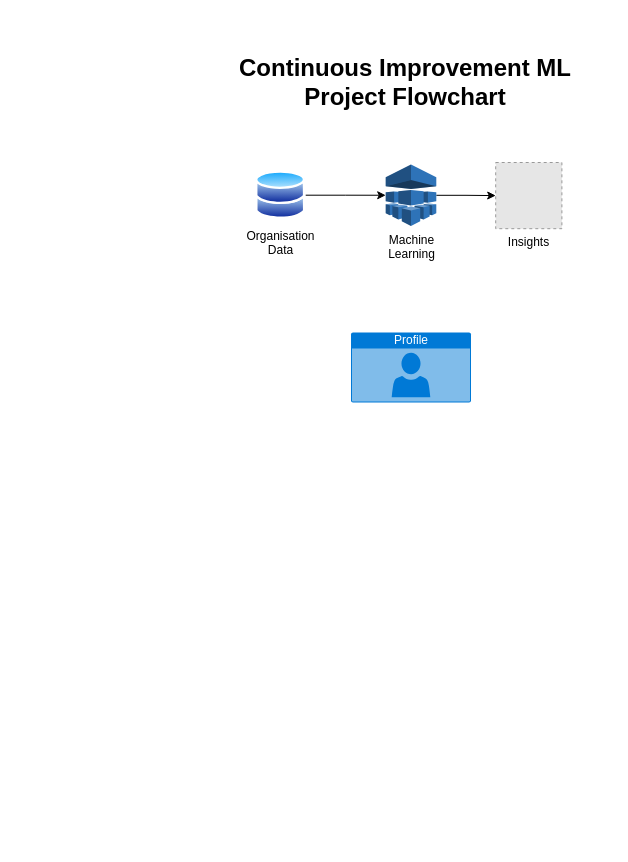
Above: attachments/draw.io/continuous-improvement-ml-project.drawio in kwame-mintah/notes-md (draw.io), before the change. Source tidied: cells renumbered, new cells numbered last; positions are measured from the earlier drawing's top-left corner, leaving out a move shared by most shapes. Both pictures are drawn from the tidied source at 100%, with x=0, y=0 at pixel (200, 52). Pictures stored in the file or linked from it are replaced by grey dashed boxes.
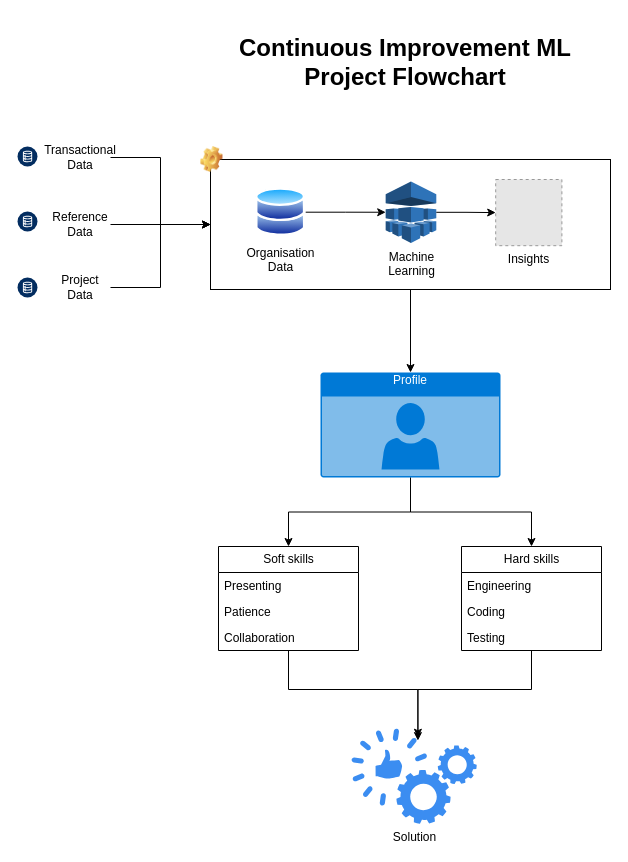
The same page after the edit.

Commit message:
docs(draw.io): initial process flow for continuous improvement project

What changed in the source:
```diff
@@
+    <mxCell id="7" value="&lt;h1&gt;Continuous Improvement ML Project Flowchart&lt;/h1&gt;" style="text;html=1;strokeColor=none;fillColor=none;align=center;verticalAlign=middle;whiteSpace=wrap;rounded=0;" parent="1" vertex="1">
+      <mxGeometry x="0.3" y="-20" width="410" height="60" as="geometry" />
+    </mxCell>
+    <mxCell id="9" style="edgeStyle=orthogonalEdgeStyle;rounded=0;jettySize=auto;html=1;" parent="1" edge="1" source="8" target="24">
+      <mxGeometry relative="1" as="geometry" />
+    </mxCell>
+    <mxCell id="10" style="edgeStyle=orthogonalEdgeStyle;rounded=0;jettySize=auto;html=1;exitX=0.5;exitY=1;exitDx=0;exitDy=0;exitPerimeter=0;" parent="1" edge="1" source="8" target="28">
+      <mxGeometry relative="1" as="geometry" />
+    </mxCell>
+    <mxCell id="8" value="Profile" style="html=1;whiteSpace=wrap;strokeColor=none;fillColor=#0079D6;labelPosition=center;verticalLabelPosition=middle;verticalAlign=top;align=center;fontSize=12;outlineConnect=0;spacingTop=-6;fontColor=#FFFFFF;sketch=0;shape=mxgraph.sitemap.profile;" parent="1" vertex="1">
+      <mxGeometry x="120" y="320" width="180" height="105" as="geometry" />
+    </mxCell>
+    <mxCell id="11" style="edgeStyle=orthogonalEdgeStyle;rounded=0;jettySize=auto;html=1;entryX=0.5;entryY=0;entryDx=0;entryDy=0;entryPerimeter=0;" parent="1" edge="1" source="13" target="8">
+      <mxGeometry relative="1" as="geometry" />
+    </mxCell>
+    <mxCell id="12" style="group;" parent="1" vertex="1">
+      <mxGeometry x="10" y="107" width="400" height="130" as="geometry" />
+    </mxCell>
+    <mxCell id="3" value="Organisation&lt;br&gt;Data" style="image;perimeter=ellipsePerimeter;html=1;align=center;shadow=0;dashed=0;spacingTop=3;image=img/lib/active_directory/databases.svg;" parent="12" vertex="1">
+      <mxGeometry x="45.2" y="28.2" width="50" height="49" as="geometry" />
+    </mxCell>
+    <mxCell id="5" value="Machine&lt;br&gt;Learning" style="outlineConnect=0;dashed=0;verticalLabelPosition=bottom;verticalAlign=top;align=center;html=1;shape=mxgraph.aws3.machine_learning;fillColor=#2E73B8;gradientColor=none;" parent="12" vertex="1">
+      <mxGeometry x="175.2" y="22" width="50.6" height="61.5" as="geometry" />
+    </mxCell>
-    <mxCell id="2" style="edgeStyle=orthogonalEdgeStyle;rounded=0;jettySize=auto;html=1;entryX=0;entryY=0.5;entryDx=0;entryDy=0;entryPerimeter=0;" parent="1" edge="1" source="3" target="5">
+    <mxCell id="2" style="edgeStyle=orthogonalEdgeStyle;rounded=0;jettySize=auto;html=1;entryX=0;entryY=0.5;entryDx=0;entryDy=0;entryPerimeter=0;" parent="12" edge="1" source="3" target="5">
       <mxGeometry relative="1" as="geometry" />
     </mxCell>
-    <mxCell id="3" value="Organisation&lt;br&gt;Data" style="image;perimeter=ellipsePerimeter;html=1;align=center;shadow=0;dashed=0;spacingTop=3;image=img/lib/active_directory/databases.svg;" parent="1" vertex="1">
-      <mxGeometry x="55.2" y="118.2" width="50" height="49" as="geometry" />
-    </mxCell>
+    <mxCell id="6" value="Insights" style="fillColor=#E6E6E6;strokeColor=#999999;dashed=1;html=1;verticalAlign=top;verticalLabelPosition=bottom;labelBackgroundColor=#ffffff;" parent="12" vertex="1">
+      <mxGeometry x="285.2" y="20" width="66.2" height="66.2" as="geometry" />
+    </mxCell>
-    <mxCell id="4" style="edgeStyle=orthogonalEdgeStyle;rounded=0;jettySize=auto;html=1;entryX=0;entryY=0.5;entryDx=0;entryDy=0;" parent="1" edge="1" source="5" target="6">
+    <mxCell id="4" style="edgeStyle=orthogonalEdgeStyle;rounded=0;jettySize=auto;html=1;entryX=0;entryY=0.5;entryDx=0;entryDy=0;" parent="12" edge="1" source="5" target="6">
       <mxGeometry relative="1" as="geometry" />
     </mxCell>
-    <mxCell id="5" value="Machine&lt;br&gt;Learning" style="outlineConnect=0;dashed=0;verticalLabelPosition=bottom;verticalAlign=top;align=center;html=1;shape=mxgraph.aws3.machine_learning;fillColor=#2E73B8;gradientColor=none;" parent="1" vertex="1">
-      <mxGeometry x="185.2" y="112" width="50.6" height="61.5" as="geometry" />
-    </mxCell>
-    <mxCell id="6" value="Insights" style="fillColor=#E6E6E6;strokeColor=#999999;dashed=1;html=1;verticalAlign=top;verticalLabelPosition=bottom;labelBackgroundColor=#ffffff;" parent="1" vertex="1">
-      <mxGeometry x="295.2" y="110" width="66.2" height="66.2" as="geometry" />
-    </mxCell>
-    <mxCell id="7" value="&lt;h1&gt;Continuous Improvement ML Project Flowchart&lt;/h1&gt;" style="text;html=1;strokeColor=none;fillColor=none;align=center;verticalAlign=middle;whiteSpace=wrap;rounded=0;" parent="1" vertex="1">
-      <mxGeometry x="0.3" width="410" height="60" as="geometry" />
-    </mxCell>
-    <mxCell id="8" value="Profile" style="html=1;whiteSpace=wrap;strokeColor=none;fillColor=#0079D6;labelPosition=center;verticalLabelPosition=middle;verticalAlign=top;align=center;fontSize=12;outlineConnect=0;spacingTop=-6;fontColor=#FFFFFF;sketch=0;shape=mxgraph.sitemap.profile;" parent="1" vertex="1">
-      <mxGeometry x="150.5" y="280" width="120" height="70" as="geometry" />
-    </mxCell>
+    <mxCell id="13" style="rounded=0;whiteSpace=wrap;html=1;fillColor=none;" parent="12" vertex="1">
+      <mxGeometry width="400" height="130" as="geometry" />
+    </mxCell>
+    <mxCell id="14" style="edgeStyle=orthogonalEdgeStyle;rounded=0;jettySize=auto;html=1;entryX=0;entryY=0.5;entryDx=0;entryDy=0;" parent="1" edge="1" source="15" target="13">
+      <mxGeometry relative="1" as="geometry" />
+    </mxCell>
+    <mxCell id="15" value="Transactional Data" style="text;html=1;strokeColor=none;fillColor=none;align=center;verticalAlign=middle;whiteSpace=wrap;rounded=0;" parent="1" vertex="1">
+      <mxGeometry x="-150" y="90" width="60" height="30" as="geometry" />
+    </mxCell>
+    <mxCell id="16" style="edgeStyle=orthogonalEdgeStyle;rounded=0;jettySize=auto;html=1;entryX=0;entryY=0.5;entryDx=0;entryDy=0;" parent="1" edge="1" source="17" target="13">
+      <mxGeometry relative="1" as="geometry" />
+    </mxCell>
+    <mxCell id="17" value="Reference Data" style="text;html=1;strokeColor=none;fillColor=none;align=center;verticalAlign=middle;whiteSpace=wrap;rounded=0;" parent="1" vertex="1">
+      <mxGeometry x="-150" y="157" width="60" height="30" as="geometry" />
+    </mxCell>
+    <mxCell id="18" style="edgeStyle=orthogonalEdgeStyle;rounded=0;jettySize=auto;html=1;entryX=0;entryY=0.5;entryDx=0;entryDy=0;" parent="1" edge="1" source="19" target="13">
+      <mxGeometry relative="1" as="geometry" />
+    </mxCell>
+    <mxCell id="19" value="Project&lt;br&gt;Data" style="text;html=1;strokeColor=none;fillColor=none;align=center;verticalAlign=middle;whiteSpace=wrap;rounded=0;" parent="1" vertex="1">
+      <mxGeometry x="-150" y="220" width="60" height="30" as="geometry" />
+    </mxCell>
+    <mxCell id="20" style="verticalLabelPosition=bottom;html=1;shape=mxgraph.salesforce.data2;" parent="1" vertex="1">
+      <mxGeometry x="-183" y="94" width="20" height="20" as="geometry" />
+    </mxCell>
+    <mxCell id="21" style="verticalLabelPosition=bottom;html=1;shape=mxgraph.salesforce.data2;" parent="1" vertex="1">
+      <mxGeometry x="-183" y="159" width="20" height="20" as="geometry" />
+    </mxCell>
+    <mxCell id="22" style="verticalLabelPosition=bottom;html=1;shape=mxgraph.salesforce.data2;" parent="1" vertex="1">
+      <mxGeometry x="-183" y="225" width="20" height="20" as="geometry" />
+    </mxCell>
+    <mxCell id="23" style="shape=image;html=1;verticalLabelPosition=bottom;verticalAlign=top;imageAspect=1;image=img/clipart/Gear_128x128.png;" parent="1" vertex="1">
+      <mxGeometry x="0.3" y="94" width="22.2" height="26" as="geometry" />
+    </mxCell>
+    <mxCell id="24" value="Soft skills" style="swimlane;fontStyle=0;horizontal=1;startSize=26;fillColor=none;html=1;" parent="1" vertex="1">
+      <mxGeometry x="18" y="494" width="140" height="104" as="geometry" />
+    </mxCell>
+    <mxCell id="25" value="Presenting" style="text;strokeColor=none;fillColor=none;align=left;verticalAlign=top;spacingLeft=4;spacingRight=4;overflow=hidden;whiteSpace=wrap;html=1;" parent="24" vertex="1">
+      <mxGeometry y="26" width="140" height="26" as="geometry" />
+    </mxCell>
+    <mxCell id="26" value="Patience" style="text;strokeColor=none;fillColor=none;align=left;verticalAlign=top;spacingLeft=4;spacingRight=4;overflow=hidden;whiteSpace=wrap;html=1;" parent="24" vertex="1">
+      <mxGeometry y="52" width="140" height="26" as="geometry" />
+    </mxCell>
+    <mxCell id="27" value="Collaboration" style="text;strokeColor=none;fillColor=none;align=left;verticalAlign=top;spacingLeft=4;spacingRight=4;overflow=hidden;whiteSpace=wrap;html=1;" parent="24" vertex="1">
+      <mxGeometry y="78" width="140" height="26" as="geometry" />
+    </mxCell>
+    <mxCell id="28" value="&lt;div&gt;Hard skills&lt;/div&gt;" style="swimlane;fontStyle=0;horizontal=1;startSize=26;fillColor=none;html=1;" parent="1" vertex="1">
+      <mxGeometry x="261" y="494" width="140" height="104" as="geometry" />
+    </mxCell>
+    <mxCell id="29" value="Engineering" style="text;strokeColor=none;fillColor=none;align=left;verticalAlign=top;spacingLeft=4;spacingRight=4;overflow=hidden;whiteSpace=wrap;html=1;" parent="28" vertex="1">
+      <mxGeometry y="26" width="140" height="26" as="geometry" />
+    </mxCell>
+    <mxCell id="30" value="Coding" style="text;strokeColor=none;fillColor=none;align=left;verticalAlign=top;spacingLeft=4;spacingRight=4;overflow=hidden;whiteSpace=wrap;html=1;" parent="28" vertex="1">
+      <mxGeometry y="52" width="140" height="26" as="geometry" />
+    </mxCell>
+    <mxCell id="31" value="Testing" style="text;strokeColor=none;fillColor=none;align=left;verticalAlign=top;spacingLeft=4;spacingRight=4;overflow=hidden;whiteSpace=wrap;html=1;" parent="28" vertex="1">
+      <mxGeometry y="78" width="140" height="26" as="geometry" />
+    </mxCell>
+    <mxCell id="32" value="Solution" style="sketch=0;html=1;strokeColor=none;shadow=0;fillColor=#3B8DF1;verticalAlign=top;labelPosition=center;verticalLabelPosition=bottom;shape=mxgraph.gcp2.capabilities;" parent="1" vertex="1">
+      <mxGeometry x="151" y="676" width="125.3" height="95.2" as="geometry" />
+    </mxCell>
+    <mxCell id="33" style="edgeStyle=orthogonalEdgeStyle;rounded=0;jettySize=auto;html=1;entryX=0.53;entryY=0.092;entryDx=0;entryDy=0;entryPerimeter=0;" parent="1" edge="1" source="24" target="32">
+      <mxGeometry relative="1" as="geometry" />
+    </mxCell>
+    <mxCell id="34" style="edgeStyle=orthogonalEdgeStyle;rounded=0;jettySize=auto;html=1;entryX=0.53;entryY=0.127;entryDx=0;entryDy=0;entryPerimeter=0;" parent="1" edge="1" source="28" target="32">
+      <mxGeometry relative="1" as="geometry" />
+    </mxCell>
```
